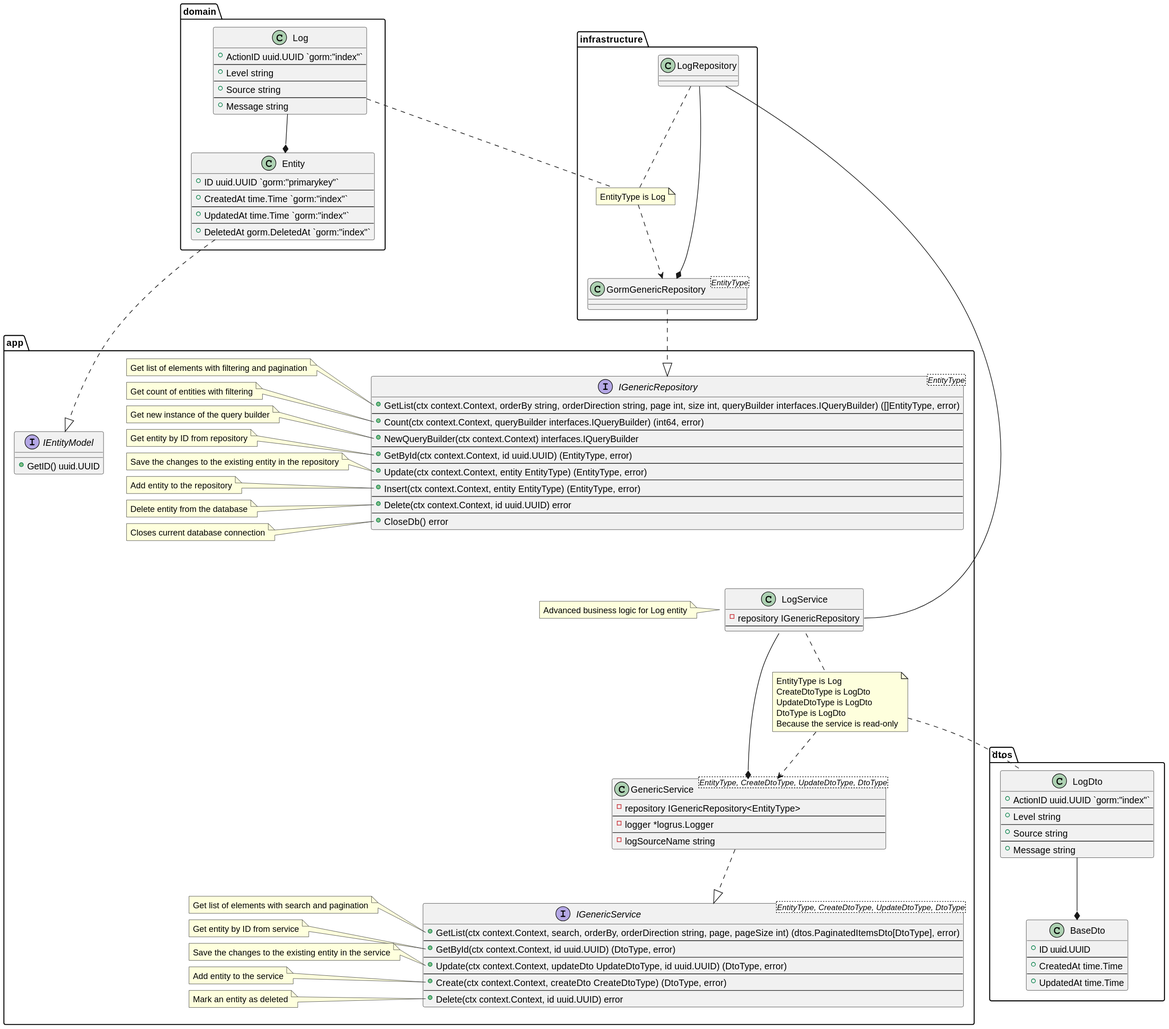
The PlantUML diagram docs/plantuml/services/LogService.svg in lf-edge/rol, before a commit.
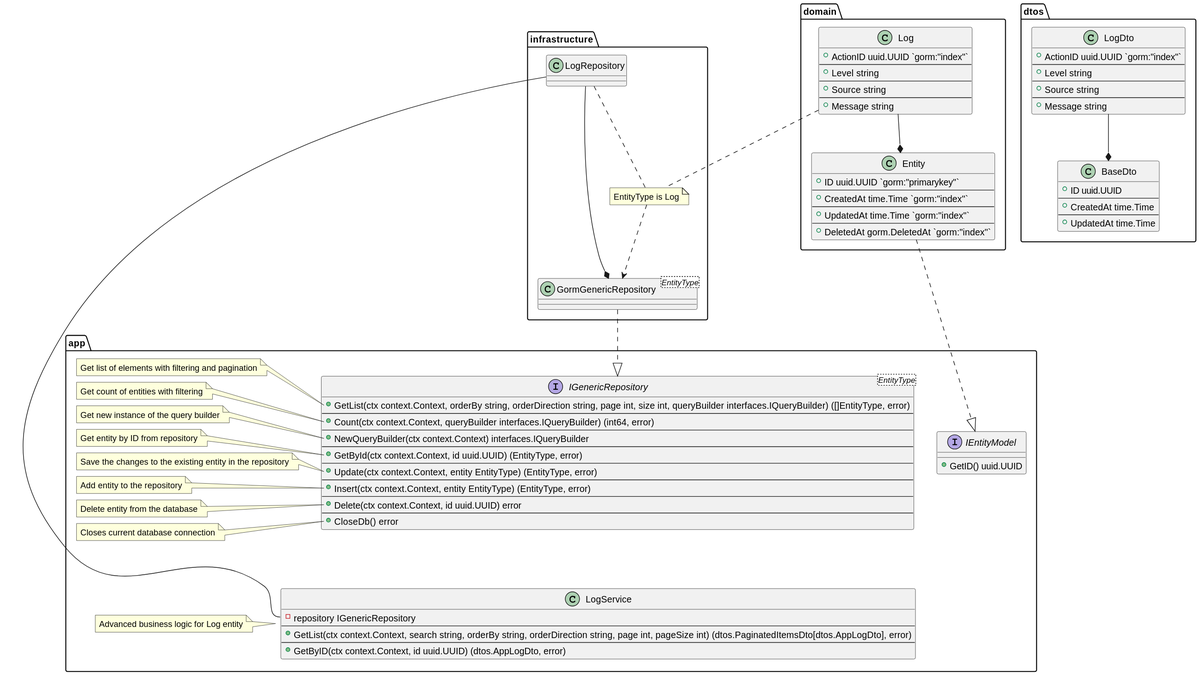
Later version of the same file.

What changed in the source:
```diff
@@ -1,37 +1,24 @@
 @startuml
 
-!include GenericService.puml
 !include ../repositories/LogRepository.puml
 !include ../dto/Log/LogDto.puml
-!include ../entities/Log.puml
 
 package app {
     class LogService {
         -repository IGenericRepository
         --
+        +GetList(ctx context.Context, search string, orderBy string, orderDirection string, page int, pageSize int) (dtos.PaginatedItemsDto[dtos.AppLogDto], error)
+        --
+        +GetByID(ctx context.Context, id uuid.UUID) (dtos.AppLogDto, error)
     }
 
     LogService .[hidden]up. IGenericRepository
 
     LogRepository -right- LogService::repository
-    GenericService *-up- LogService
 
     note left of LogService
         Advanced business logic for Log entity
     end note
-
-    note as LogServiceTypes
-        EntityType is Log
-        CreateDtoType is LogDto
-        UpdateDtoType is LogDto
-        DtoType is LogDto
-        Because the service is read-only
-    end note
-
-    LogService .down. LogServiceTypes
-    GenericService <.up. LogServiceTypes
-
-    LogServiceTypes .. LogDto
 }
 
 @enduml
```
